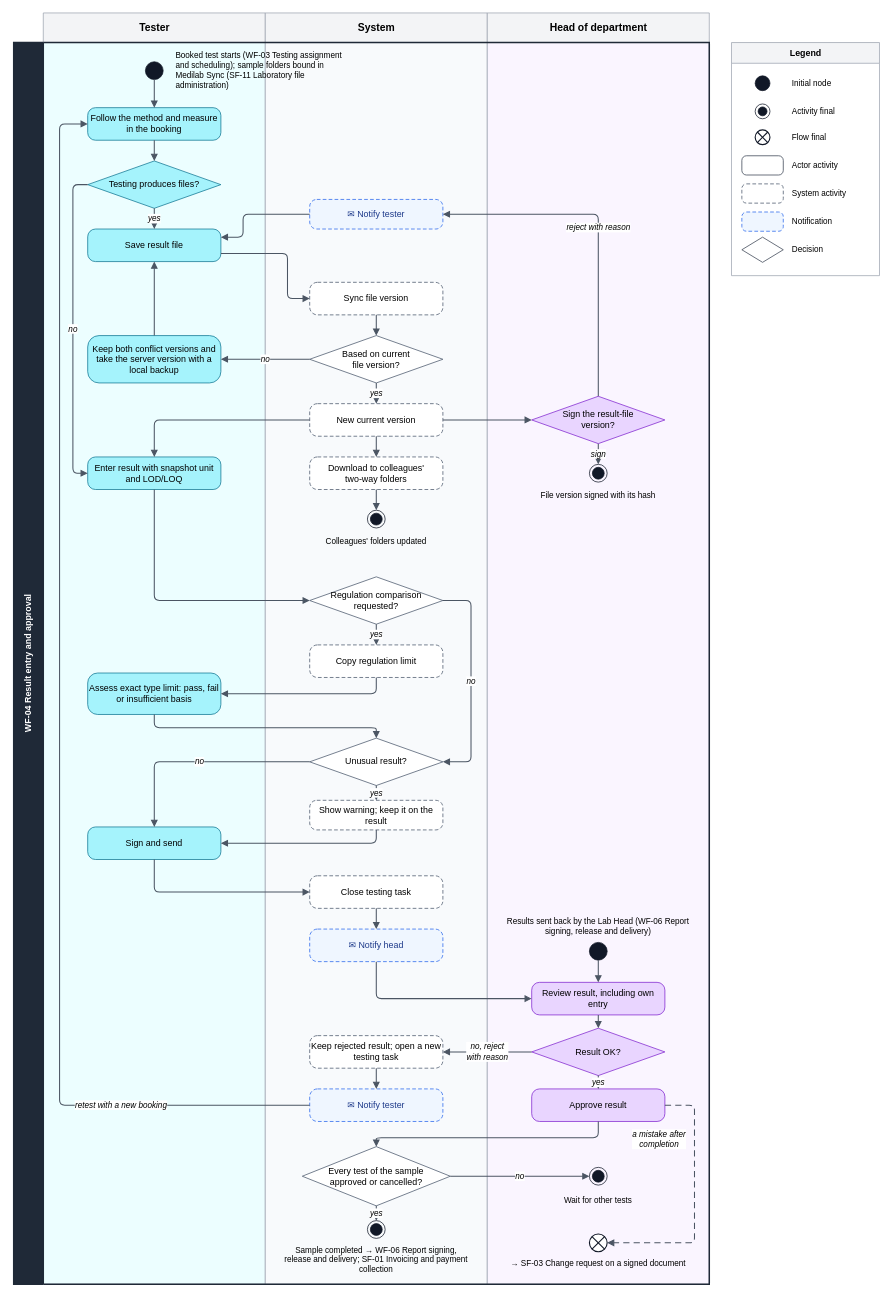
SoltuneMontepre/medilab keeps this draw.io diagram as page "WF-04 Workflow" (1 of 2) of docs/reports/activity-diagram/flows-work-of-tuyen/[Flow] WF-04 Result entry and approval.drawio. Above is the earlier version. Source tidied: cells renumbered, new cells numbered last; positions are measured from the earlier drawing's top-left corner, leaving out a move shared by most shapes. Both pictures are drawn from the tidied source at 74%, with x=0, y=0 at pixel (13, 13).
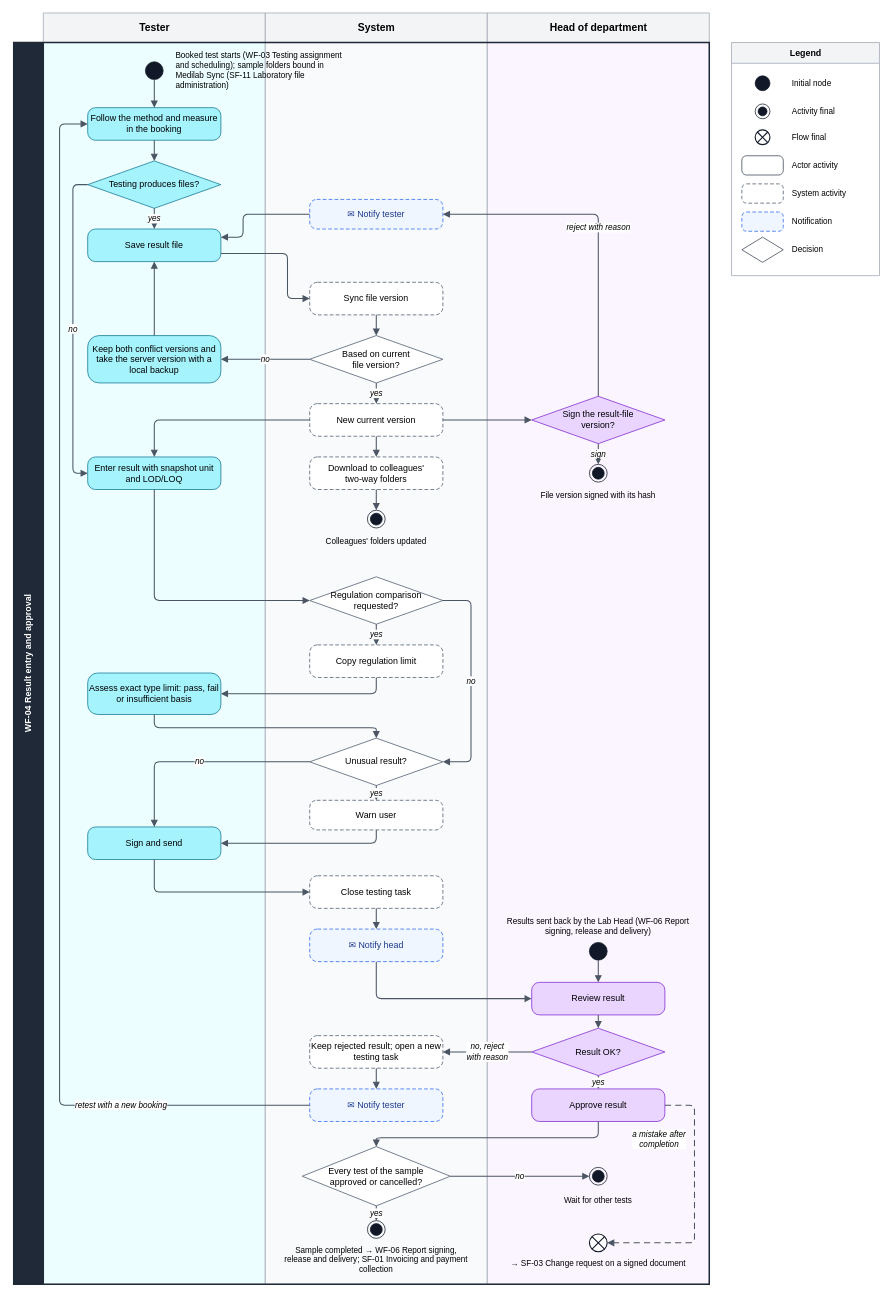
Above is the later version.

What changed in the source:
```diff
@@
-    <mxCell id="24" value="Show warning; keep it on the result" style="rounded=1;arcSize=24;dashed=1;dashPattern=5 3;whiteSpace=wrap;html=1;fontSize=12;fillColor=#FFFFFF;strokeColor=#475569;" parent="1" vertex="1">
+    <mxCell id="24" value="Warn user" style="rounded=1;arcSize=24;dashed=1;dashPattern=5 3;whiteSpace=wrap;html=1;fontSize=12;fillColor=#FFFFFF;strokeColor=#475569;" parent="1" vertex="1">
       <mxGeometry x="400" y="1064" width="180" height="40" as="geometry" />
     </mxCell>
@@
-    <mxCell id="26" value="Review result, including own entry" style="rounded=1;arcSize=24;whiteSpace=wrap;html=1;fontSize=12;fillColor=#E9D5FF;strokeColor=#7E22CE;" parent="1" vertex="1">
+    <mxCell id="26" value="Review result" style="rounded=1;arcSize=24;whiteSpace=wrap;html=1;fontSize=12;fillColor=#E9D5FF;strokeColor=#7E22CE;" parent="1" vertex="1">
       <mxGeometry x="700" y="1310" width="180" height="44" as="geometry" />
     </mxCell>
```
